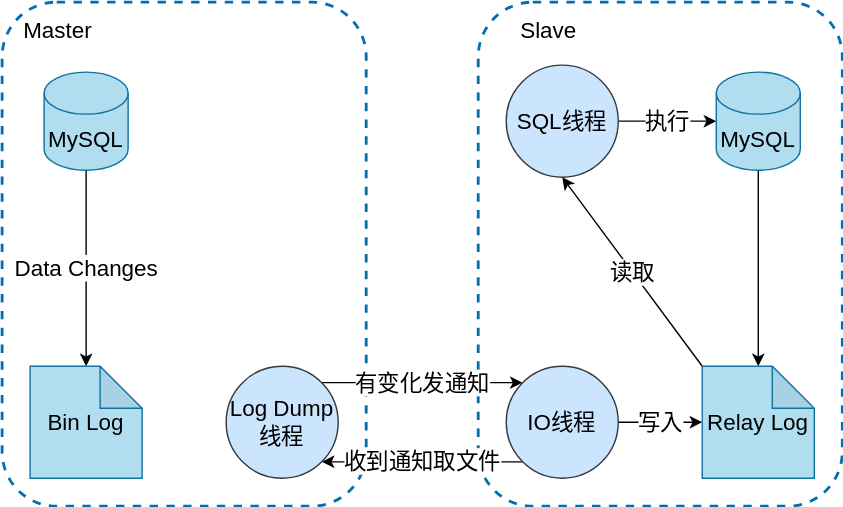
This is images/7/mysql-replication.svg from LeanLeeOne/notes, a draw.io export, as it was before one commit. Source tidied: cells renumbered, new cells last; positions are measured from the earlier drawing's top-left corner, leaving out a move shared by most shapes. Its diagram source:
```xml
<mxGraphModel>
  <root>
    <mxCell id="0" />
    <mxCell id="1" parent="0" />
    <mxCell id="2" style="rounded=1;whiteSpace=wrap;html=1;fontSize=16;dashed=1;strokeWidth=2;fillColor=none;strokeColor=#006EAF;fontColor=#ffffff;" parent="1" vertex="1">
      <mxGeometry width="260" height="360" as="geometry" />
    </mxCell>
    <mxCell id="3" style="rounded=1;whiteSpace=wrap;html=1;fontSize=16;dashed=1;strokeWidth=2;fillColor=none;strokeColor=#006EAF;fontColor=#ffffff;" parent="1" vertex="1">
      <mxGeometry x="340" width="260" height="360" as="geometry" />
    </mxCell>
    <mxCell id="4" value="Master" style="text;html=1;strokeColor=none;fillColor=none;align=center;verticalAlign=middle;whiteSpace=wrap;rounded=0;fontSize=16;fontColor=#000000;" parent="1" vertex="1">
      <mxGeometry x="20" y="10" width="40" height="20" as="geometry" />
    </mxCell>
    <mxCell id="5" value="Slave" style="text;html=1;align=center;verticalAlign=middle;strokeColor=none;fillColor=none;fontSize=16;fontColor=#000000;" parent="1" vertex="1">
      <mxGeometry x="360" y="10" width="60" height="20" as="geometry" />
    </mxCell>
    <mxCell id="6" value="Data Changes" style="edgeStyle=orthogonalEdgeStyle;rounded=0;jettySize=auto;html=1;exitX=0.5;exitY=1;exitDx=0;exitDy=0;exitPerimeter=0;entryX=0.5;entryY=0;entryDx=0;entryDy=0;entryPerimeter=0;fontSize=16;fontColor=#000000;" parent="1" edge="1" source="7" target="10">
      <mxGeometry relative="1" as="geometry" />
    </mxCell>
    <mxCell id="7" value="MySQL" style="shape=cylinder3;whiteSpace=wrap;html=1;boundedLbl=1;backgroundOutline=1;size=15;fontSize=16;strokeWidth=1;fillColor=#b1ddf0;strokeColor=#10739e;" parent="1" vertex="1">
      <mxGeometry x="30" y="50" width="60" height="70" as="geometry" />
    </mxCell>
    <mxCell id="8" style="edgeStyle=orthogonalEdgeStyle;rounded=0;jettySize=auto;html=1;entryX=0.5;entryY=0;entryDx=0;entryDy=0;entryPerimeter=0;fontSize=16;fontColor=#000000;" parent="1" edge="1" source="9" target="12">
      <mxGeometry relative="1" as="geometry" />
    </mxCell>
    <mxCell id="9" value="MySQL" style="shape=cylinder3;whiteSpace=wrap;html=1;boundedLbl=1;backgroundOutline=1;size=15;fontSize=16;strokeWidth=1;fillColor=#b1ddf0;strokeColor=#10739e;" parent="1" vertex="1">
      <mxGeometry x="510" y="50" width="60" height="70" as="geometry" />
    </mxCell>
    <mxCell id="10" value="Bin Log" style="shape=note;whiteSpace=wrap;html=1;backgroundOutline=1;darkOpacity=0.05;fontSize=16;strokeWidth=1;fillColor=#b1ddf0;strokeColor=#10739e;" parent="1" vertex="1">
      <mxGeometry x="20" y="260" width="80" height="80" as="geometry" />
    </mxCell>
    <mxCell id="11" value="读取" style="edgeStyle=none;rounded=0;jettySize=auto;html=1;exitX=0;exitY=0;exitDx=0;exitDy=0;exitPerimeter=0;entryX=0.5;entryY=1;entryDx=0;entryDy=0;fontSize=16;fontColor=#000000;" parent="1" edge="1" source="12" target="19">
      <mxGeometry relative="1" as="geometry" />
    </mxCell>
    <mxCell id="12" value="Relay Log" style="shape=note;whiteSpace=wrap;html=1;backgroundOutline=1;darkOpacity=0.05;fontSize=16;strokeWidth=1;fillColor=#b1ddf0;strokeColor=#10739e;" parent="1" vertex="1">
      <mxGeometry x="500" y="260" width="80" height="80" as="geometry" />
    </mxCell>
    <mxCell id="13" value="有变化发通知" style="rounded=0;jettySize=auto;html=1;exitX=1;exitY=0;exitDx=0;exitDy=0;entryX=0;entryY=0;entryDx=0;entryDy=0;fontSize=16;fontColor=#000000;" parent="1" edge="1" source="14" target="17">
      <mxGeometry relative="1" as="geometry" />
    </mxCell>
    <mxCell id="14" value="Log Dump线程" style="ellipse;whiteSpace=wrap;html=1;fontSize=16;strokeWidth=1;fillColor=#cce5ff;strokeColor=#36393d;" parent="1" vertex="1">
      <mxGeometry x="160" y="260" width="80" height="80" as="geometry" />
    </mxCell>
    <mxCell id="15" value="收到通知取文件" style="edgeStyle=none;rounded=0;jettySize=auto;html=1;exitX=0;exitY=1;exitDx=0;exitDy=0;entryX=1;entryY=1;entryDx=0;entryDy=0;fontSize=16;fontColor=#000000;" parent="1" edge="1" source="17" target="14">
      <mxGeometry relative="1" as="geometry" />
    </mxCell>
    <mxCell id="16" value="写入" style="edgeStyle=none;rounded=0;jettySize=auto;html=1;entryX=0;entryY=0.5;entryDx=0;entryDy=0;entryPerimeter=0;fontSize=16;fontColor=#000000;" parent="1" edge="1" source="17" target="12">
      <mxGeometry relative="1" as="geometry" />
    </mxCell>
    <mxCell id="17" value="IO线程" style="ellipse;whiteSpace=wrap;html=1;fontSize=16;strokeWidth=1;fillColor=#cce5ff;strokeColor=#36393d;" parent="1" vertex="1">
      <mxGeometry x="360" y="260" width="80" height="80" as="geometry" />
    </mxCell>
    <mxCell id="18" value="执行" style="edgeStyle=none;rounded=0;jettySize=auto;html=1;exitX=1;exitY=0.5;exitDx=0;exitDy=0;entryX=0;entryY=0.5;entryDx=0;entryDy=0;entryPerimeter=0;fontSize=16;fontColor=#000000;" parent="1" edge="1" source="19" target="9">
      <mxGeometry relative="1" as="geometry" />
    </mxCell>
    <mxCell id="19" value="SQL线程" style="ellipse;whiteSpace=wrap;html=1;fontSize=16;strokeWidth=1;fillColor=#cce5ff;strokeColor=#36393d;" parent="1" vertex="1">
      <mxGeometry x="360" y="45" width="80" height="80" as="geometry" />
    </mxCell>
  </root>
</mxGraphModel>
```
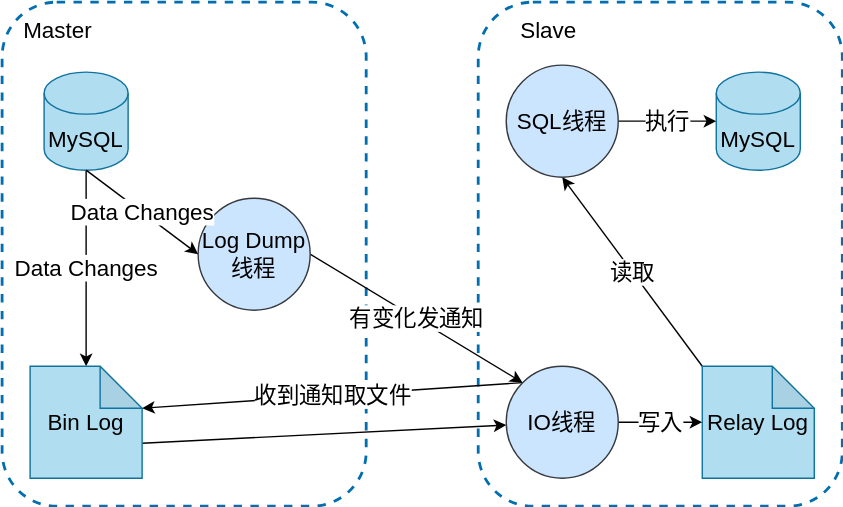
After the change.

Change to the diagram source:
```diff
@@ -20,12 +20,12 @@
     <mxCell id="7" value="MySQL" style="shape=cylinder3;whiteSpace=wrap;html=1;boundedLbl=1;backgroundOutline=1;size=15;fontSize=16;strokeWidth=1;fillColor=#b1ddf0;strokeColor=#10739e;" parent="1" vertex="1">
       <mxGeometry x="30" y="50" width="60" height="70" as="geometry" />
     </mxCell>
-    <mxCell id="8" style="edgeStyle=orthogonalEdgeStyle;rounded=0;jettySize=auto;html=1;entryX=0.5;entryY=0;entryDx=0;entryDy=0;entryPerimeter=0;fontSize=16;fontColor=#000000;" parent="1" edge="1" source="9" target="12">
-      <mxGeometry relative="1" as="geometry" />
-    </mxCell>
     <mxCell id="9" value="MySQL" style="shape=cylinder3;whiteSpace=wrap;html=1;boundedLbl=1;backgroundOutline=1;size=15;fontSize=16;strokeWidth=1;fillColor=#b1ddf0;strokeColor=#10739e;" parent="1" vertex="1">
       <mxGeometry x="510" y="50" width="60" height="70" as="geometry" />
     </mxCell>
+    <mxCell id="20" style="edgeStyle=none;rounded=0;jettySize=auto;html=1;exitX=0;exitY=0;exitDx=80;exitDy=55;exitPerimeter=0;" parent="1" edge="1" source="10" target="17">
+      <mxGeometry relative="1" as="geometry" />
+    </mxCell>
     <mxCell id="10" value="Bin Log" style="shape=note;whiteSpace=wrap;html=1;backgroundOutline=1;darkOpacity=0.05;fontSize=16;strokeWidth=1;fillColor=#b1ddf0;strokeColor=#10739e;" parent="1" vertex="1">
       <mxGeometry x="20" y="260" width="80" height="80" as="geometry" />
     </mxCell>
@@ -35,13 +35,13 @@
     <mxCell id="12" value="Relay Log" style="shape=note;whiteSpace=wrap;html=1;backgroundOutline=1;darkOpacity=0.05;fontSize=16;strokeWidth=1;fillColor=#b1ddf0;strokeColor=#10739e;" parent="1" vertex="1">
       <mxGeometry x="500" y="260" width="80" height="80" as="geometry" />
     </mxCell>
-    <mxCell id="13" value="有变化发通知" style="rounded=0;jettySize=auto;html=1;exitX=1;exitY=0;exitDx=0;exitDy=0;entryX=0;entryY=0;entryDx=0;entryDy=0;fontSize=16;fontColor=#000000;" parent="1" edge="1" source="14" target="17">
+    <mxCell id="13" value="有变化发通知" style="rounded=0;jettySize=auto;html=1;exitX=1;exitY=0.5;exitDx=0;exitDy=0;entryX=0;entryY=0;entryDx=0;entryDy=0;fontSize=16;fontColor=#000000;" parent="1" edge="1" source="14" target="17">
       <mxGeometry relative="1" as="geometry" />
     </mxCell>
     <mxCell id="14" value="Log Dump线程" style="ellipse;whiteSpace=wrap;html=1;fontSize=16;strokeWidth=1;fillColor=#cce5ff;strokeColor=#36393d;" parent="1" vertex="1">
-      <mxGeometry x="160" y="260" width="80" height="80" as="geometry" />
+      <mxGeometry x="140" y="140" width="80" height="80" as="geometry" />
     </mxCell>
-    <mxCell id="15" value="收到通知取文件" style="edgeStyle=none;rounded=0;jettySize=auto;html=1;exitX=0;exitY=1;exitDx=0;exitDy=0;entryX=1;entryY=1;entryDx=0;entryDy=0;fontSize=16;fontColor=#000000;" parent="1" edge="1" source="17" target="14">
+    <mxCell id="15" value="收到通知取文件" style="edgeStyle=none;rounded=0;jettySize=auto;html=1;exitX=0;exitY=0;exitDx=0;exitDy=0;fontSize=16;fontColor=#000000;entryX=0;entryY=0;entryDx=80;entryDy=30;entryPerimeter=0;" parent="1" edge="1" source="17" target="10">
       <mxGeometry relative="1" as="geometry" />
     </mxCell>
     <mxCell id="16" value="写入" style="edgeStyle=none;rounded=0;jettySize=auto;html=1;entryX=0;entryY=0.5;entryDx=0;entryDy=0;entryPerimeter=0;fontSize=16;fontColor=#000000;" parent="1" edge="1" source="17" target="12">
@@ -56,5 +56,8 @@
     <mxCell id="19" value="SQL线程" style="ellipse;whiteSpace=wrap;html=1;fontSize=16;strokeWidth=1;fillColor=#cce5ff;strokeColor=#36393d;" parent="1" vertex="1">
       <mxGeometry x="360" y="45" width="80" height="80" as="geometry" />
     </mxCell>
+    <mxCell id="21" value="Data Changes" style="rounded=0;jettySize=auto;html=1;exitX=0.5;exitY=1;exitDx=0;exitDy=0;exitPerimeter=0;fontSize=16;fontColor=#000000;entryX=0;entryY=0.5;entryDx=0;entryDy=0;" parent="1" edge="1" source="7" target="14">
+      <mxGeometry relative="1" as="geometry" />
+    </mxCell>
   </root>
 </mxGraphModel>
```
